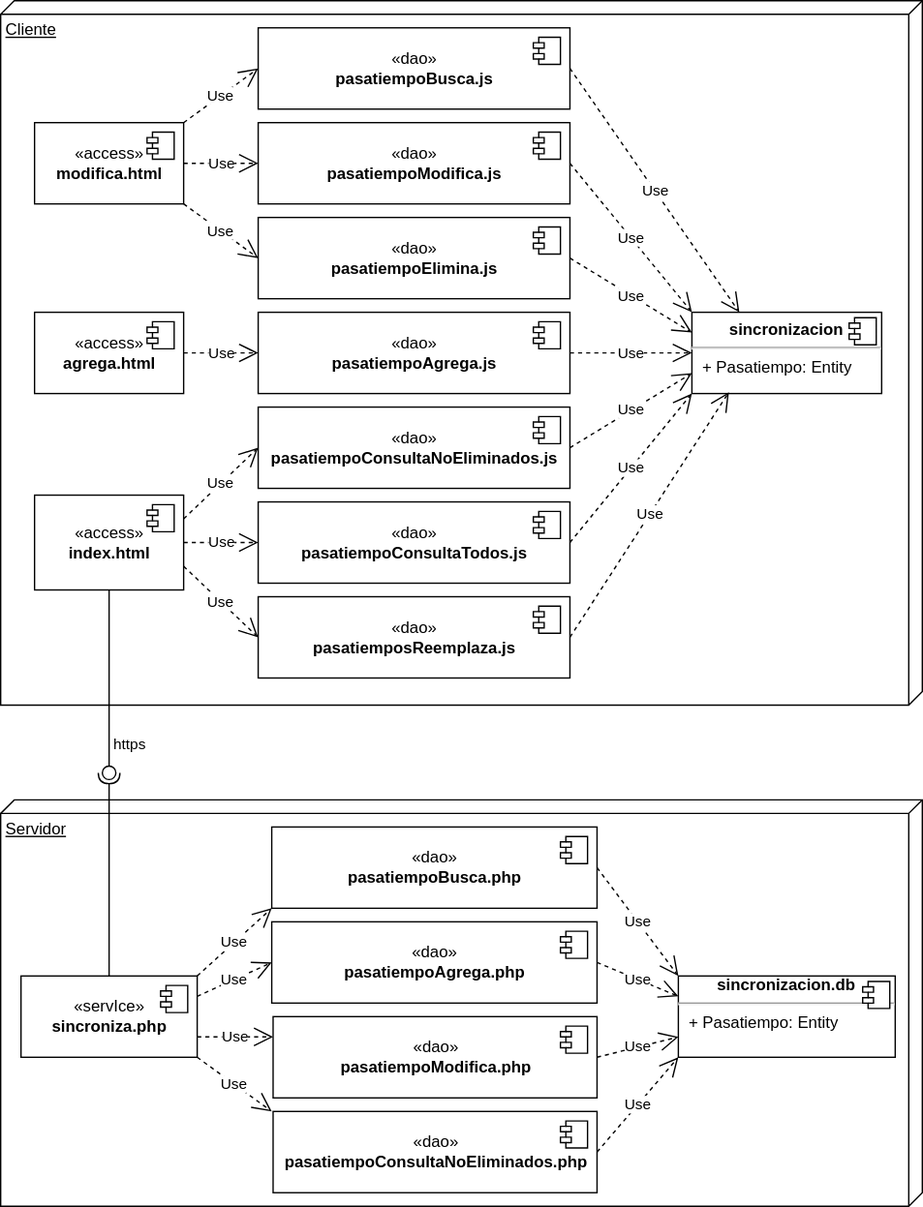
Before: docs/img/m11sincro/sincrodistribucion.drawio.svg, a diagram exported from draw.io (gilpgdm/gilpgdm.github.io). Source tidied: cells renumbered, new cells last; positions are measured from the earlier drawing's top-left corner, leaving out a move shared by most shapes.
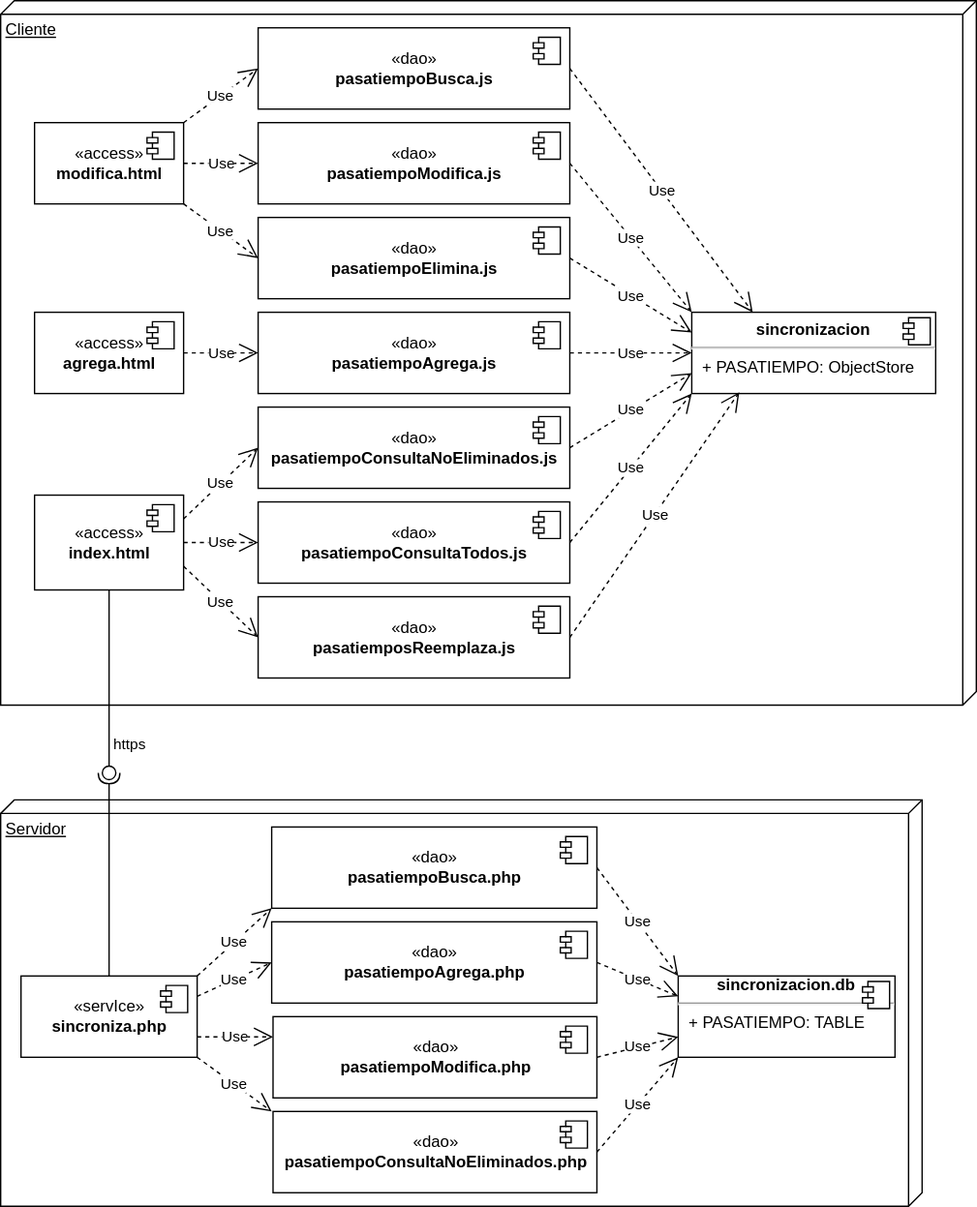
After the commit.

The edit, as a diff of the source:
```diff
@@ -3,7 +3,7 @@
     <mxCell id="0" />
     <mxCell id="1" parent="0" />
     <mxCell id="2" value="Cliente" style="verticalAlign=top;align=left;spacingTop=8;spacingLeft=2;spacingRight=12;shape=cube;size=10;direction=south;fontStyle=4;html=1;" parent="1" vertex="1">
-      <mxGeometry width="680" height="520" as="geometry" />
+      <mxGeometry width="720" height="520" as="geometry" />
     </mxCell>
     <mxCell id="3" value="«access»&lt;br&gt;&lt;b&gt;index.html&lt;/b&gt;" style="html=1;" parent="1" vertex="1">
       <mxGeometry x="25" y="365" width="110" height="70" as="geometry" />
@@ -61,8 +61,8 @@
     <mxCell id="18" value="Use" style="endArrow=open;endSize=12;dashed=1;html=1;rounded=0;entryX=0;entryY=0.75;entryDx=0;entryDy=0;exitX=1;exitY=0.5;exitDx=0;exitDy=0;" parent="1" edge="1" source="9" target="19">
       <mxGeometry relative="1" as="geometry" />
     </mxCell>
-    <mxCell id="19" value="&lt;p style=&quot;margin:0px;margin-top:6px;text-align:center;&quot;&gt;&lt;b&gt;sincronizacion&lt;/b&gt;&lt;br&gt;&lt;/p&gt;&lt;hr&gt;&lt;p style=&quot;margin:0px;margin-left:8px;&quot;&gt;+ Pasatiempo: Entity&lt;/p&gt;" style="align=left;overflow=fill;html=1;" parent="1" vertex="1">
-      <mxGeometry x="510" y="230" width="140" height="60" as="geometry" />
+    <mxCell id="19" value="&lt;p style=&quot;margin:0px;margin-top:6px;text-align:center;&quot;&gt;&lt;b&gt;sincronizacion&lt;/b&gt;&lt;br&gt;&lt;/p&gt;&lt;hr&gt;&lt;p style=&quot;margin:0px;margin-left:8px;&quot;&gt;+ PASATIEMPO: ObjectStore&lt;/p&gt;" style="align=left;overflow=fill;html=1;" parent="1" vertex="1">
+      <mxGeometry x="510" y="230" width="180" height="60" as="geometry" />
     </mxCell>
     <mxCell id="20" style="shape=component;jettyWidth=8;jettyHeight=4;" parent="19" vertex="1">
       <mxGeometry x="1" width="20" height="20" relative="1" as="geometry">
@@ -141,7 +141,7 @@
     <mxCell id="40" value="Use" style="endArrow=open;endSize=12;dashed=1;html=1;rounded=0;entryX=0;entryY=1;entryDx=0;entryDy=0;exitX=1;exitY=0.5;exitDx=0;exitDy=0;" parent="1" edge="1" source="34" target="41">
       <mxGeometry relative="1" as="geometry" />
     </mxCell>
-    <mxCell id="41" value="&lt;div style=&quot;text-align: center;&quot;&gt;&lt;b&gt;sincronizacion&lt;/b&gt;&lt;b style=&quot;background-color: initial;&quot;&gt;.db&lt;/b&gt;&lt;/div&gt;&lt;hr&gt;&lt;p style=&quot;margin:0px;margin-left:8px;&quot;&gt;+ Pasatiempo: Entity&lt;/p&gt;" style="align=left;overflow=fill;html=1;" parent="1" vertex="1">
+    <mxCell id="41" value="&lt;div style=&quot;text-align: center;&quot;&gt;&lt;b&gt;sincronizacion&lt;/b&gt;&lt;b style=&quot;background-color: initial;&quot;&gt;.db&lt;/b&gt;&lt;/div&gt;&lt;hr&gt;&lt;p style=&quot;margin:0px;margin-left:8px;&quot;&gt;+ PASATIEMPO: TABLE&lt;/p&gt;" style="align=left;overflow=fill;html=1;" parent="1" vertex="1">
       <mxGeometry x="500" y="720" width="160" height="60" as="geometry" />
     </mxCell>
     <mxCell id="42" style="shape=component;jettyWidth=8;jettyHeight=4;" parent="41" vertex="1">
```
